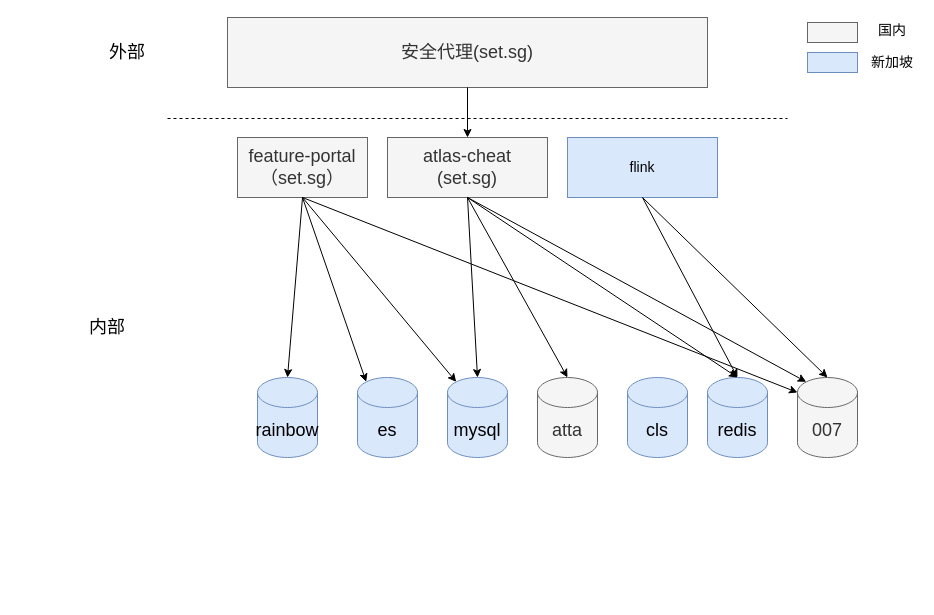
learn2Pro/draw_io_save keeps this draw.io diagram as cheat_deploy.drawio. Above is the earlier version. Source tidied: cells renumbered, new cells numbered last; positions are measured from the earlier drawing's top-left corner, leaving out a move shared by most shapes. Both pictures are drawn from the tidied source at 100%, with x=0, y=0 at pixel (17, 17).
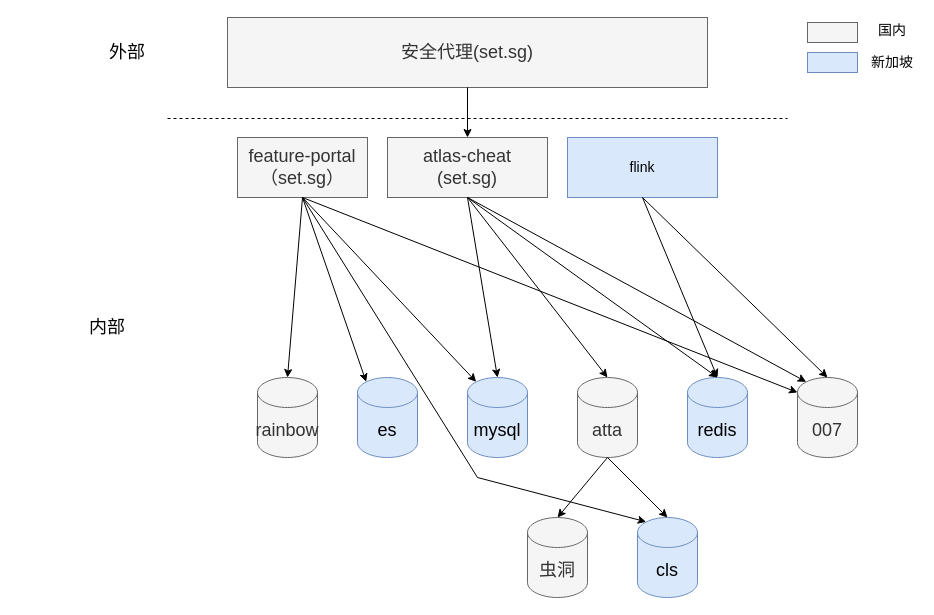
After the change.

Unchanged cells that the change refers to:
```xml
<mxCell id="10" value="feature-portal（set.sg）" style="rounded=0;whiteSpace=wrap;html=1;fontSize=18;fillColor=#f5f5f5;fontColor=#333333;strokeColor=#666666;" parent="1" vertex="1">
  <mxGeometry x="220" y="120" width="130" height="60" as="geometry" />
</mxCell>
```

Change to the diagram source:
```diff
@@
     <mxCell id="7" value="mysql" style="shape=cylinder3;whiteSpace=wrap;html=1;boundedLbl=1;backgroundOutline=1;size=15;fontSize=18;fillColor=#dae8fc;strokeColor=#6c8ebf;" parent="1" vertex="1">
-      <mxGeometry x="430" y="360" width="60" height="80" as="geometry" />
+      <mxGeometry x="450" y="360" width="60" height="80" as="geometry" />
     </mxCell>
     <mxCell id="8" value="redis" style="shape=cylinder3;whiteSpace=wrap;html=1;boundedLbl=1;backgroundOutline=1;size=15;fontSize=18;fillColor=#dae8fc;strokeColor=#6c8ebf;" parent="1" vertex="1">
-      <mxGeometry x="690" y="360" width="60" height="80" as="geometry" />
+      <mxGeometry x="670" y="360" width="60" height="80" as="geometry" />
     </mxCell>
@@
     <mxCell id="23" value="atta" style="shape=cylinder3;whiteSpace=wrap;html=1;boundedLbl=1;backgroundOutline=1;size=15;fontSize=18;fillColor=#f5f5f5;strokeColor=#666666;fontColor=#333333;" parent="1" vertex="1">
-      <mxGeometry x="520" y="360" width="60" height="80" as="geometry" />
+      <mxGeometry x="560" y="360" width="60" height="80" as="geometry" />
     </mxCell>
@@
     <mxCell id="29" value="cls" style="shape=cylinder3;whiteSpace=wrap;html=1;boundedLbl=1;backgroundOutline=1;size=15;fontSize=18;fillColor=#dae8fc;strokeColor=#6c8ebf;" parent="1" vertex="1">
-      <mxGeometry x="610" y="360" width="60" height="80" as="geometry" />
+      <mxGeometry x="620" y="500" width="60" height="80" as="geometry" />
     </mxCell>
-    <mxCell id="30" value="rainbow" style="shape=cylinder3;whiteSpace=wrap;html=1;boundedLbl=1;backgroundOutline=1;size=15;fontSize=18;fillColor=#dae8fc;strokeColor=#6c8ebf;" parent="1" vertex="1">
+    <mxCell id="30" value="rainbow" style="shape=cylinder3;whiteSpace=wrap;html=1;boundedLbl=1;backgroundOutline=1;size=15;fontSize=18;fillColor=#f5f5f5;strokeColor=#666666;fontColor=#333333;" parent="1" vertex="1">
       <mxGeometry x="240" y="360" width="60" height="80" as="geometry" />
     </mxCell>
+    <mxCell id="31" value="虫洞" style="shape=cylinder3;whiteSpace=wrap;html=1;boundedLbl=1;backgroundOutline=1;size=15;fontSize=18;fillColor=#f5f5f5;strokeColor=#666666;fontColor=#333333;" parent="1" vertex="1">
+      <mxGeometry x="510" y="500" width="60" height="80" as="geometry" />
+    </mxCell>
+    <mxCell id="32" style="endArrow=classic;html=1;rounded=0;exitX=0.5;exitY=1;exitDx=0;exitDy=0;exitPerimeter=0;entryX=0.5;entryY=0;entryDx=0;entryDy=0;entryPerimeter=0;" parent="1" edge="1" source="23" target="31">
+      <mxGeometry relative="1" as="geometry" />
+    </mxCell>
+    <mxCell id="33" style="endArrow=classic;html=1;rounded=0;exitX=0.5;exitY=1;exitDx=0;exitDy=0;exitPerimeter=0;entryX=0.5;entryY=0;entryDx=0;entryDy=0;entryPerimeter=0;" parent="1" edge="1" source="23" target="29">
+      <mxGeometry relative="1" as="geometry" />
+    </mxCell>
+    <mxCell id="34" style="endArrow=classic;html=1;rounded=0;fontSize=14;entryX=0.145;entryY=0;entryDx=0;entryDy=4.35;entryPerimeter=0;exitX=0.5;exitY=1;exitDx=0;exitDy=0;" parent="1" edge="1" source="10" target="29">
+      <mxGeometry relative="1" as="geometry">
+        <Array as="points">
+          <mxPoint x="460" y="460" />
+        </Array>
+      </mxGeometry>
+    </mxCell>
```
